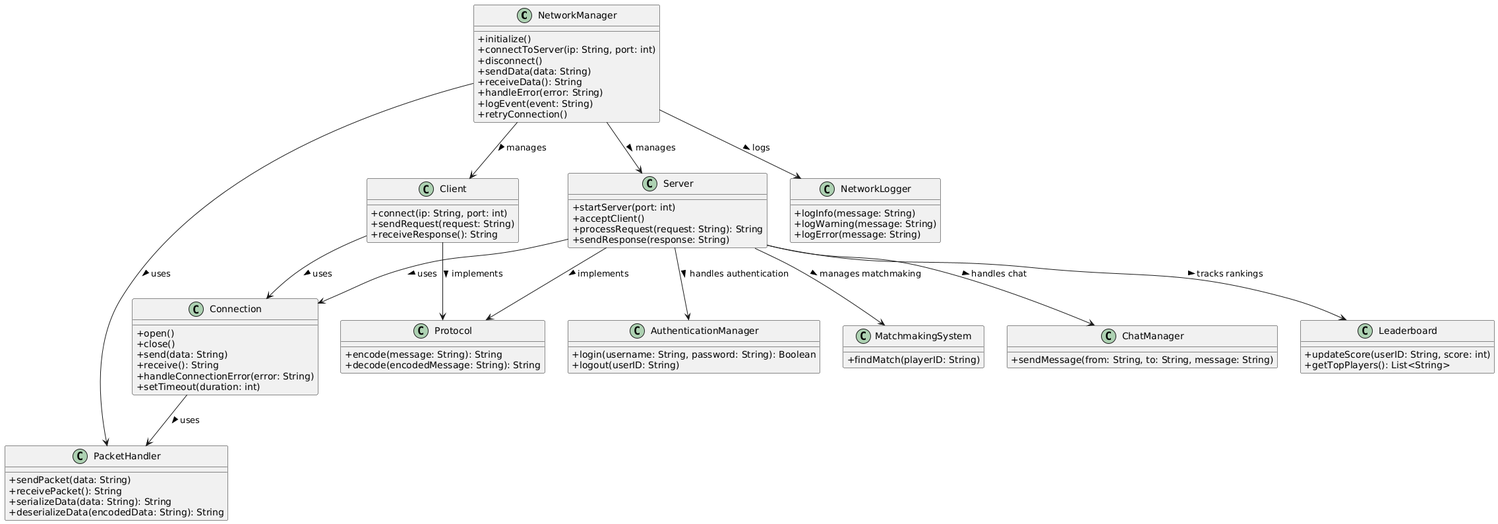
Earlier version of the PlantUML export Networking Team Files/NetworkingClassDiagram.png (kelsierfin/BasicGamingPlatform). Source of this version:
```plantuml
@startuml
skinparam classAttributeIconSize 0

class NetworkManager {
    +initialize()
    +connectToServer(ip: String, port: int)
    +disconnect()
    +sendData(data: String)
    +receiveData(): String
    +handleError(error: String)
    +logEvent(event: String)
    +retryConnection()
}

class Client {
    +connect(ip: String, port: int)
    +sendRequest(request: String)
    +receiveResponse(): String
}

class Server {
    +startServer(port: int)
    +acceptClient()
    +processRequest(request: String): String
    +sendResponse(response: String)
}

class Connection {
    +open()
    +close()
    +send(data: String)
    +receive(): String
    +handleConnectionError(error: String)
    +setTimeout(duration: int)
}

class Protocol {
    +encode(message: String): String
    +decode(encodedMessage: String): String
}

class AuthenticationManager {
    +login(username: String, password: String): Boolean
    +logout(userID: String)
}

class MatchmakingSystem {
    +findMatch(playerID: String)
}

class ChatManager {
    +sendMessage(from: String, to: String, message: String)
}

class Leaderboard {
    +updateScore(userID: String, score: int)
    +getTopPlayers(): List<String>
}

class PacketHandler {
    +sendPacket(data: String)
    +receivePacket(): String
    +serializeData(data: String): String
    +deserializeData(encodedData: String): String
}

class NetworkLogger {
    +logInfo(message: String)
    +logWarning(message: String)
    +logError(message: String)
}

NetworkManager --> Client : manages >
NetworkManager --> Server : manages >
Client --> Connection : uses >
Server --> Connection : uses >
Client --> Protocol : implements >
Server --> Protocol : implements >
Server --> AuthenticationManager : handles authentication >
Server --> MatchmakingSystem : manages matchmaking >
Server --> ChatManager : handles chat >
Server --> Leaderboard : tracks rankings >

NetworkManager --> PacketHandler : uses >
NetworkManager --> NetworkLogger : logs >
Connection --> PacketHandler : uses >
@enduml
```
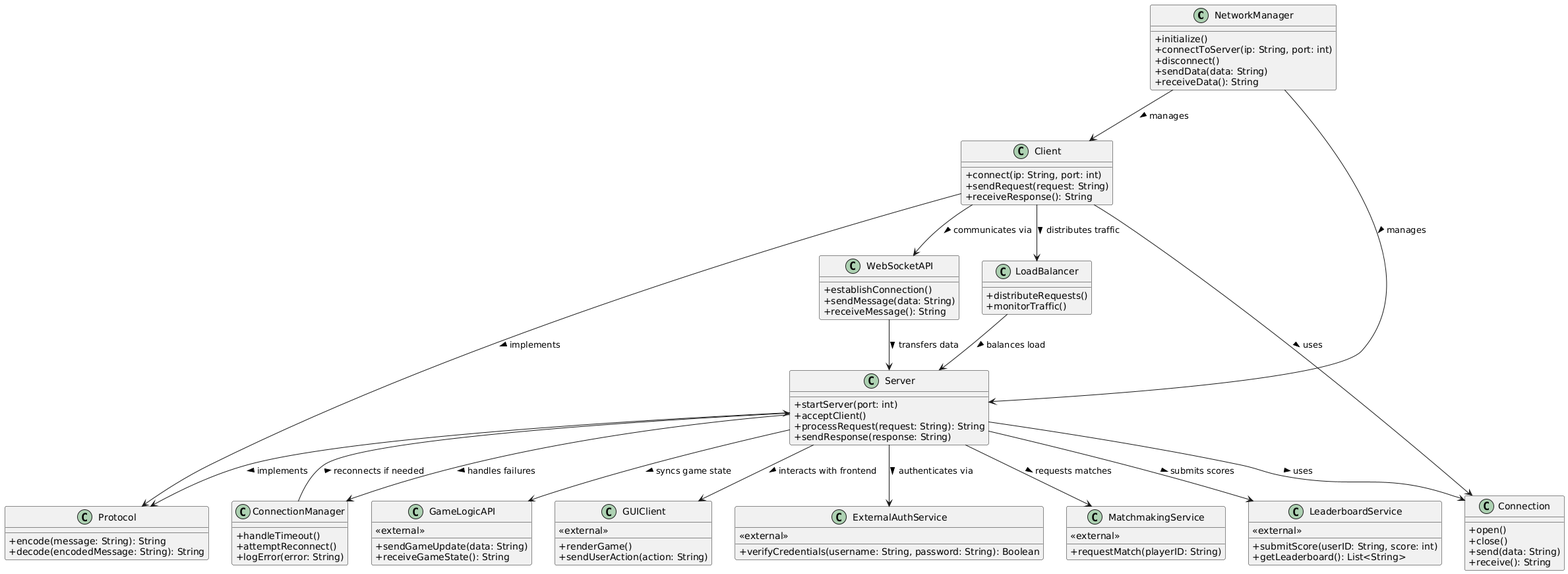
The same diagram one commit later.

Commit message:
Add websocket + load balancer

Diff of the diagram source:
```diff
@@ -7,9 +7,6 @@
     +disconnect()
     +sendData(data: String)
     +receiveData(): String
-    +handleError(error: String)
-    +logEvent(event: String)
-    +retryConnection()
 }
 
 class Client {
@@ -30,8 +27,6 @@
     +close()
     +send(data: String)
     +receive(): String
-    +handleConnectionError(error: String)
-    +setTimeout(duration: int)
 }
 
 class Protocol {
@@ -39,35 +34,49 @@
     +decode(encodedMessage: String): String
 }
 
-class AuthenticationManager {
-    +login(username: String, password: String): Boolean
-    +logout(userID: String)
+class ConnectionManager {
+    +handleTimeout()
+    +attemptReconnect()
+    +logError(error: String)
 }
 
-class MatchmakingSystem {
-    +findMatch(playerID: String)
+class WebSocketAPI {
+    +establishConnection()
+    +sendMessage(data: String)
+    +receiveMessage(): String
 }
 
-class ChatManager {
-    +sendMessage(from: String, to: String, message: String)
+class GameLogicAPI {
+    <<external>>
+    +sendGameUpdate(data: String)
+    +receiveGameState(): String
 }
 
-class Leaderboard {
-    +updateScore(userID: String, score: int)
-    +getTopPlayers(): List<String>
+class GUIClient {
+    <<external>>
+    +renderGame()
+    +sendUserAction(action: String)
 }
 
-class PacketHandler {
-    +sendPacket(data: String)
-    +receivePacket(): String
-    +serializeData(data: String): String
-    +deserializeData(encodedData: String): String
+class ExternalAuthService {
+    <<external>>
+    +verifyCredentials(username: String, password: String): Boolean
 }
 
-class NetworkLogger {
-    +logInfo(message: String)
-    +logWarning(message: String)
-    +logError(message: String)
+class MatchmakingService {
+    <<external>>
+    +requestMatch(playerID: String)
+}
+
+class LeaderboardService {
+    <<external>>
+    +submitScore(userID: String, score: int)
+    +getLeaderboard(): List<String>
+}
+
+class LoadBalancer {
+    +distributeRequests()
+    +monitorTraffic()
 }
 
 NetworkManager --> Client : manages >
@@ -76,12 +85,18 @@
 Server --> Connection : uses >
 Client --> Protocol : implements >
 Server --> Protocol : implements >
-Server --> AuthenticationManager : handles authentication >
-Server --> MatchmakingSystem : manages matchmaking >
-Server --> ChatManager : handles chat >
-Server --> Leaderboard : tracks rankings >
 
-NetworkManager --> PacketHandler : uses >
-NetworkManager --> NetworkLogger : logs >
-Connection --> PacketHandler : uses >
+Client --> WebSocketAPI : communicates via >
+WebSocketAPI --> Server : transfers data >
+Server --> ConnectionManager : handles failures >
+ConnectionManager --> Server : reconnects if needed >
+
+Server --> GameLogicAPI : syncs game state >
+Server --> GUIClient : interacts with frontend >
+Server --> ExternalAuthService : authenticates via >
+Server --> MatchmakingService : requests matches >
+Server --> LeaderboardService : submits scores >
+
+Client --> LoadBalancer : distributes traffic >
+LoadBalancer --> Server : balances load >
 @enduml
```
